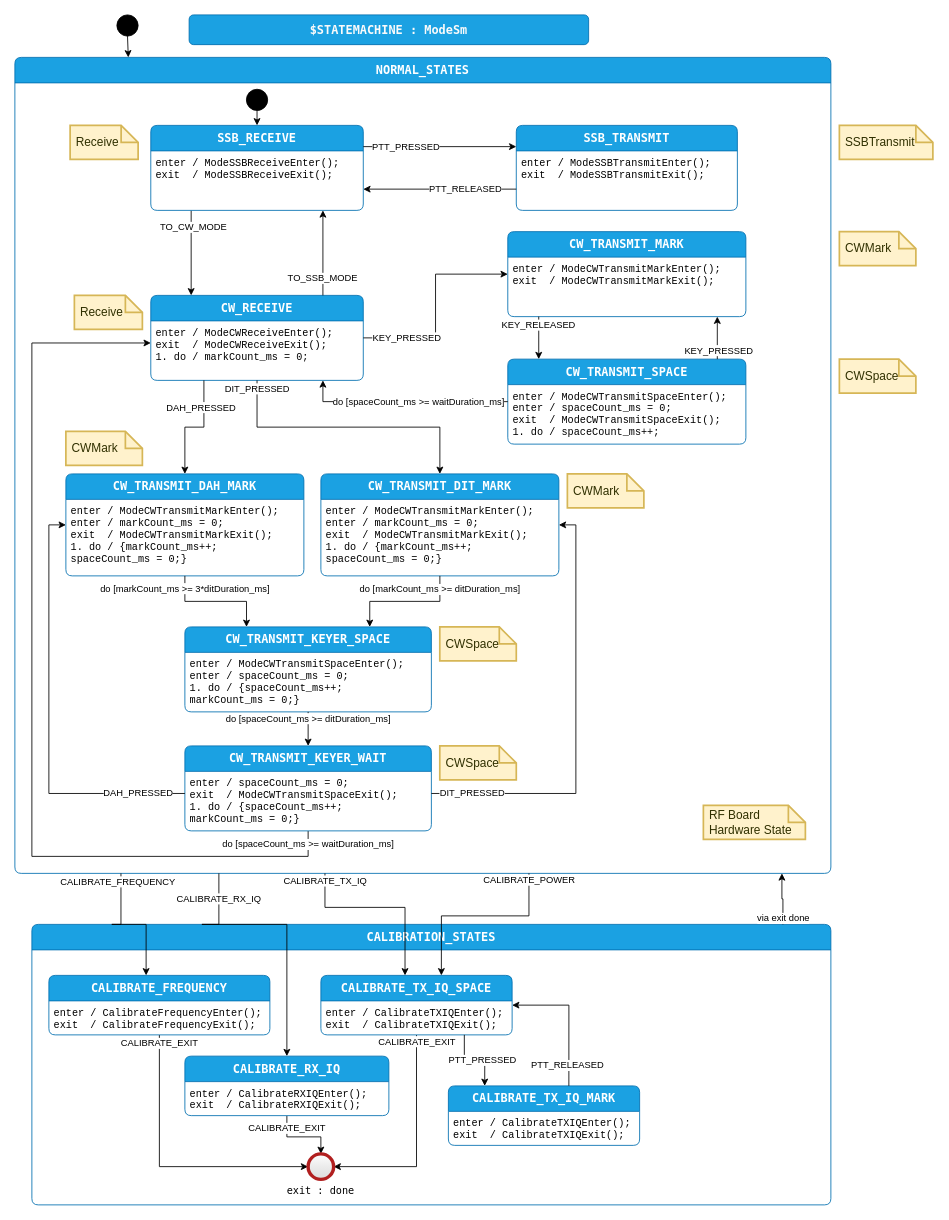
The draw.io diagram page "design" (1 of 3) of code/src/PhoenixSketch/ModeSm.drawio in KI3P/Phoenix, before the edit. Source tidied: cells renumbered, new cells numbered last; positions are measured from the earlier drawing's top-left corner, leaving out a move shared by most shapes. Both pictures are drawn from the tidied source at 85%, with x=0, y=0 at pixel (14, 14).
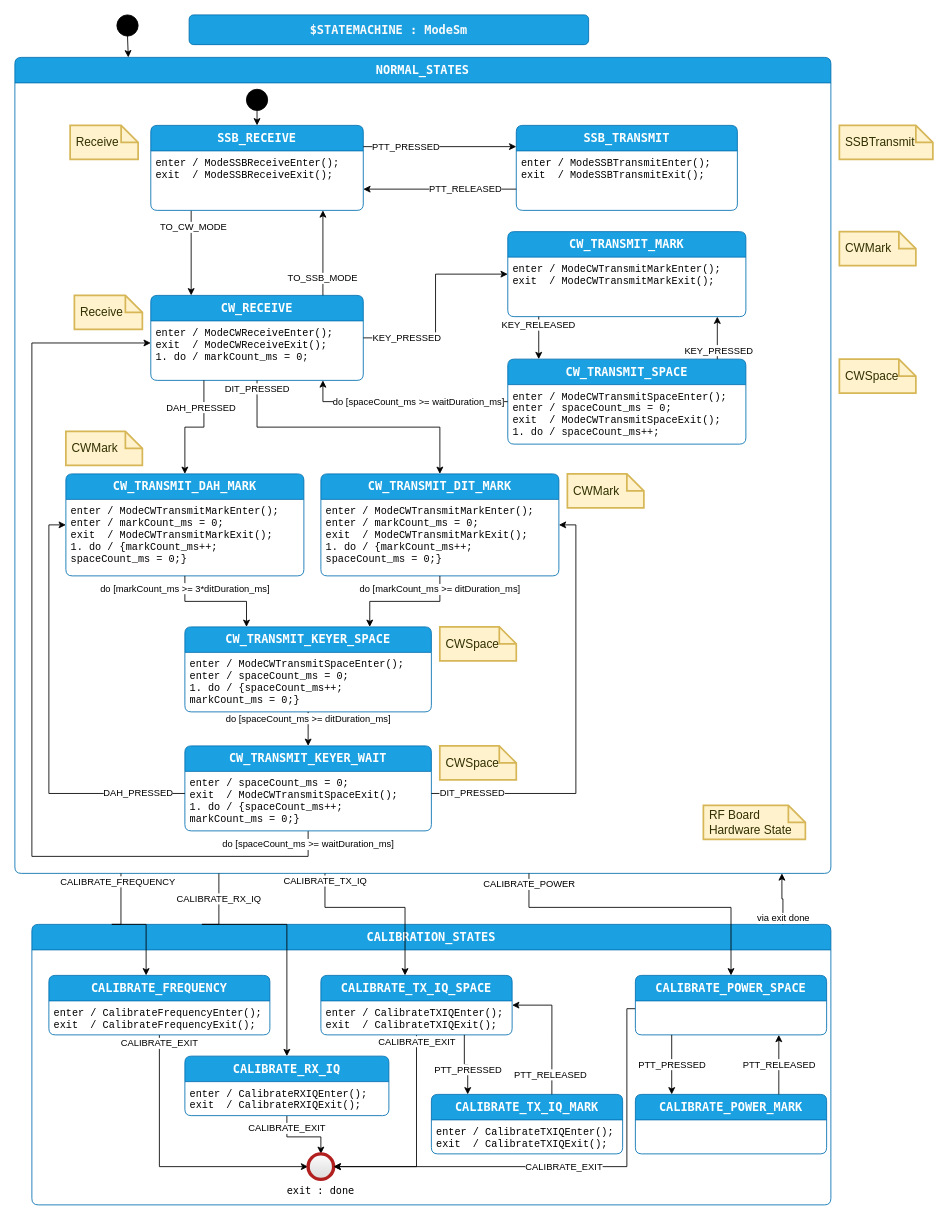
After the change.

Commit message (it also covers changes not shown here):
Updated the state machine to use dedicated power calibration states and fixed all the unit tests

The change refers to these unchanged cells:
```xml
<mxCell id="2" value="CALIBRATION_STATES" style="shape=swimlane;align=center;verticalAlign=top;fontFamily=Lucida Console;startSize=30;fontSize=14;fontStyle=1;fontColor=#ffffff;fillColor=#1ba1e2;swimlaneFillColor=default;rounded=1;arcSize=15;absoluteArcSize=1;points=[[0,0,0,0,0],[0,0.06,0,0,0],[0,0.13,0,0,0],[0,0.19,0,0,0],[0,0.25,0,0,0],[0,0.31,0,0,0],[0,0.38,0,0,0],[0,0.44,0,0,0],[0,0.5,0,0,0],[0,0.56,0,0,0],[0,0.63,0,0,0],[0,0.69,0,0,0],[0,0.75,0,0,0],[0,0.81,0,0,0],[0,0.88,0,0,0],[0,0.94,0,0,0],[0,1,0,0,0],[0.06,0,0,0,0],[0.06,1,0,0,0],[0.13,0,0,0,0],[0.13,1,0,0,0],[0.19,0,0,0,0],[0.19,1,0,0,0],[0.25,0,0,0,0],[0.25,1,0,0,0],[0.31,0,0,0,0],[0.31,1,0,0,0],[0.38,0,0,0,0],[0.38,1,0,0,0],[0.44,0,0,0,0],[0.44,1,0,0,0],[0.5,0,0,0,0],[0.5,1,0,0,0],[0.56,0,0,0,0],[0.56,1,0,0,0],[0.63,0,0,0,0],[0.63,1,0,0,0],[0.69,0,0,0,0],[0.69,1,0,0,0],[0.75,0,0,0,0],[0.75,1,0,0,0],[0.81,0,0,0,0],[0.81,1,0,0,0],[0.88,0,0,0,0],[0.88,1,0,0,0],[0.94,0,0,0,0],[0.94,1,0,0,0],[1,0,0,0,0],[1,0.06,0,0,0],[1,0.13,0,0,0],[1,0.19,0,0,0],[1,0.25,0,0,0],[1,0.31,0,0,0],[1,0.38,0,0,0],[1,0.44,0,0,0],[1,0.5,0,0,0],[1,0.56,0,0,0],[1,0.63,0,0,0],[1,0.69,0,0,0],[1,0.75,0,0,0],[1,0.81,0,0,0],[1,0.88,0,0,0],[1,0.94,0,0,0],[1,1,0,0,0]];strokeColor=#006EAF;" parent="1" vertex="1">
  <mxGeometry x="20" y="1070" width="940" height="330" as="geometry" />
</mxCell>
<mxCell id="11" value="CALIBRATE_TX_IQ_SPACE" style="shape=swimlane;align=center;verticalAlign=top;fontFamily=Lucida Console;startSize=30;fontSize=14;fontStyle=1;fontColor=#ffffff;fillColor=#1ba1e2;swimlaneFillColor=default;rounded=1;arcSize=15;absoluteArcSize=1;points=[[0,0,0,0,0],[0,0.06,0,0,0],[0,0.13,0,0,0],[0,0.19,0,0,0],[0,0.25,0,0,0],[0,0.31,0,0,0],[0,0.38,0,0,0],[0,0.44,0,0,0],[0,0.5,0,0,0],[0,0.56,0,0,0],[0,0.63,0,0,0],[0,0.69,0,0,0],[0,0.75,0,0,0],[0,0.81,0,0,0],[0,0.88,0,0,0],[0,0.94,0,0,0],[0,1,0,0,0],[0.06,0,0,0,0],[0.06,1,0,0,0],[0.13,0,0,0,0],[0.13,1,0,0,0],[0.19,0,0,0,0],[0.19,1,0,0,0],[0.25,0,0,0,0],[0.25,1,0,0,0],[0.31,0,0,0,0],[0.31,1,0,0,0],[0.38,0,0,0,0],[0.38,1,0,0,0],[0.44,0,0,0,0],[0.44,1,0,0,0],[0.5,0,0,0,0],[0.5,1,0,0,0],[0.56,0,0,0,0],[0.56,1,0,0,0],[0.63,0,0,0,0],[0.63,1,0,0,0],[0.69,0,0,0,0],[0.69,1,0,0,0],[0.75,0,0,0,0],[0.75,1,0,0,0],[0.81,0,0,0,0],[0.81,1,0,0,0],[0.88,0,0,0,0],[0.88,1,0,0,0],[0.94,0,0,0,0],[0.94,1,0,0,0],[1,0,0,0,0],[1,0.06,0,0,0],[1,0.13,0,0,0],[1,0.19,0,0,0],[1,0.25,0,0,0],[1,0.31,0,0,0],[1,0.38,0,0,0],[1,0.44,0,0,0],[1,0.5,0,0,0],[1,0.56,0,0,0],[1,0.63,0,0,0],[1,0.69,0,0,0],[1,0.75,0,0,0],[1,0.81,0,0,0],[1,0.88,0,0,0],[1,0.94,0,0,0],[1,1,0,0,0]];strokeColor=#006EAF;" parent="2" vertex="1">
  <mxGeometry x="340" y="60" width="225" height="70" as="geometry" />
</mxCell>
<mxCell id="13" value="exit : done" style="fontFamily=Lucida Console;align=center;verticalAlign=top;shape=ellipse;labelPosition=center;verticalLabelPosition=bottom;strokeColor=#b11f1f;strokeWidth=4;fillColor=#FFFFFF;gradientColor=#d4d4d4cc;" parent="2" vertex="1">
  <mxGeometry x="325" y="270" width="30" height="30" as="geometry" />
</mxCell>
<mxCell id="19" value="NORMAL_STATES" style="shape=swimlane;align=center;verticalAlign=top;fontFamily=Lucida Console;startSize=30;fontSize=14;fontStyle=1;fontColor=#ffffff;fillColor=#1ba1e2;swimlaneFillColor=default;rounded=1;arcSize=15;absoluteArcSize=1;points=[[0,0,0,0,0],[0,0.06,0,0,0],[0,0.13,0,0,0],[0,0.19,0,0,0],[0,0.25,0,0,0],[0,0.31,0,0,0],[0,0.38,0,0,0],[0,0.44,0,0,0],[0,0.5,0,0,0],[0,0.56,0,0,0],[0,0.63,0,0,0],[0,0.69,0,0,0],[0,0.75,0,0,0],[0,0.81,0,0,0],[0,0.88,0,0,0],[0,0.94,0,0,0],[0,1,0,0,0],[0.06,0,0,0,0],[0.06,1,0,0,0],[0.13,0,0,0,0],[0.13,1,0,0,0],[0.19,0,0,0,0],[0.19,1,0,0,0],[0.25,0,0,0,0],[0.25,1,0,0,0],[0.31,0,0,0,0],[0.31,1,0,0,0],[0.38,0,0,0,0],[0.38,1,0,0,0],[0.44,0,0,0,0],[0.44,1,0,0,0],[0.5,0,0,0,0],[0.5,1,0,0,0],[0.56,0,0,0,0],[0.56,1,0,0,0],[0.63,0,0,0,0],[0.63,1,0,0,0],[0.69,0,0,0,0],[0.69,1,0,0,0],[0.75,0,0,0,0],[0.75,1,0,0,0],[0.81,0,0,0,0],[0.81,1,0,0,0],[0.88,0,0,0,0],[0.88,1,0,0,0],[0.94,0,0,0,0],[0.94,1,0,0,0],[1,0,0,0,0],[1,0.06,0,0,0],[1,0.13,0,0,0],[1,0.19,0,0,0],[1,0.25,0,0,0],[1,0.31,0,0,0],[1,0.38,0,0,0],[1,0.44,0,0,0],[1,0.5,0,0,0],[1,0.56,0,0,0],[1,0.63,0,0,0],[1,0.69,0,0,0],[1,0.75,0,0,0],[1,0.81,0,0,0],[1,0.88,0,0,0],[1,0.94,0,0,0],[1,1,0,0,0]];strokeColor=#006EAF;" parent="1" vertex="1">
  <mxGeometry y="50" width="960" height="960" as="geometry" />
</mxCell>
```

Change to the diagram source:
```diff
@@
     <mxCell id="14" value="CALIBRATE_TX_IQ_MARK" style="shape=swimlane;align=center;verticalAlign=top;fontFamily=Lucida Console;startSize=30;fontSize=14;fontStyle=1;fontColor=#ffffff;fillColor=#1ba1e2;swimlaneFillColor=default;rounded=1;arcSize=15;absoluteArcSize=1;points=[[0,0,0,0,0],[0,0.06,0,0,0],[0,0.13,0,0,0],[0,0.19,0,0,0],[0,0.25,0,0,0],[0,0.31,0,0,0],[0,0.38,0,0,0],[0,0.44,0,0,0],[0,0.5,0,0,0],[0,0.56,0,0,0],[0,0.63,0,0,0],[0,0.69,0,0,0],[0,0.75,0,0,0],[0,0.81,0,0,0],[0,0.88,0,0,0],[0,0.94,0,0,0],[0,1,0,0,0],[0.06,0,0,0,0],[0.06,1,0,0,0],[0.13,0,0,0,0],[0.13,1,0,0,0],[0.19,0,0,0,0],[0.19,1,0,0,0],[0.25,0,0,0,0],[0.25,1,0,0,0],[0.31,0,0,0,0],[0.31,1,0,0,0],[0.38,0,0,0,0],[0.38,1,0,0,0],[0.44,0,0,0,0],[0.44,1,0,0,0],[0.5,0,0,0,0],[0.5,1,0,0,0],[0.56,0,0,0,0],[0.56,1,0,0,0],[0.63,0,0,0,0],[0.63,1,0,0,0],[0.69,0,0,0,0],[0.69,1,0,0,0],[0.75,0,0,0,0],[0.75,1,0,0,0],[0.81,0,0,0,0],[0.81,1,0,0,0],[0.88,0,0,0,0],[0.88,1,0,0,0],[0.94,0,0,0,0],[0.94,1,0,0,0],[1,0,0,0,0],[1,0.06,0,0,0],[1,0.13,0,0,0],[1,0.19,0,0,0],[1,0.25,0,0,0],[1,0.31,0,0,0],[1,0.38,0,0,0],[1,0.44,0,0,0],[1,0.5,0,0,0],[1,0.56,0,0,0],[1,0.63,0,0,0],[1,0.69,0,0,0],[1,0.75,0,0,0],[1,0.81,0,0,0],[1,0.88,0,0,0],[1,0.94,0,0,0],[1,1,0,0,0]];strokeColor=#006EAF;" parent="2" vertex="1">
-      <mxGeometry x="490" y="190" width="225" height="70" as="geometry" />
+      <mxGeometry x="470" y="200" width="225" height="70" as="geometry" />
     </mxCell>
@@
+    <mxCell id="75" value="CALIBRATE_EXIT" style="edgeStyle=orthogonalEdgeStyle;rounded=0;jettySize=auto;html=1;exitX=0;exitY=0.56;exitDx=0;exitDy=0;exitPerimeter=0;entryX=1;entryY=0.5;entryDx=0;entryDy=0;" parent="2" edge="1" source="76" target="13">
+      <mxGeometry relative="1" as="geometry">
+        <Array as="points">
+          <mxPoint x="700" y="99" />
+          <mxPoint x="700" y="285" />
+        </Array>
+      </mxGeometry>
+    </mxCell>
+    <mxCell id="76" value="CALIBRATE_POWER_SPACE" style="shape=swimlane;align=center;verticalAlign=top;fontFamily=Lucida Console;startSize=30;fontSize=14;fontStyle=1;fontColor=#ffffff;fillColor=#1ba1e2;swimlaneFillColor=default;rounded=1;arcSize=15;absoluteArcSize=1;points=[[0,0,0,0,0],[0,0.06,0,0,0],[0,0.13,0,0,0],[0,0.19,0,0,0],[0,0.25,0,0,0],[0,0.31,0,0,0],[0,0.38,0,0,0],[0,0.44,0,0,0],[0,0.5,0,0,0],[0,0.56,0,0,0],[0,0.63,0,0,0],[0,0.69,0,0,0],[0,0.75,0,0,0],[0,0.81,0,0,0],[0,0.88,0,0,0],[0,0.94,0,0,0],[0,1,0,0,0],[0.06,0,0,0,0],[0.06,1,0,0,0],[0.13,0,0,0,0],[0.13,1,0,0,0],[0.19,0,0,0,0],[0.19,1,0,0,0],[0.25,0,0,0,0],[0.25,1,0,0,0],[0.31,0,0,0,0],[0.31,1,0,0,0],[0.38,0,0,0,0],[0.38,1,0,0,0],[0.44,0,0,0,0],[0.44,1,0,0,0],[0.5,0,0,0,0],[0.5,1,0,0,0],[0.56,0,0,0,0],[0.56,1,0,0,0],[0.63,0,0,0,0],[0.63,1,0,0,0],[0.69,0,0,0,0],[0.69,1,0,0,0],[0.75,0,0,0,0],[0.75,1,0,0,0],[0.81,0,0,0,0],[0.81,1,0,0,0],[0.88,0,0,0,0],[0.88,1,0,0,0],[0.94,0,0,0,0],[0.94,1,0,0,0],[1,0,0,0,0],[1,0.06,0,0,0],[1,0.13,0,0,0],[1,0.19,0,0,0],[1,0.25,0,0,0],[1,0.31,0,0,0],[1,0.38,0,0,0],[1,0.44,0,0,0],[1,0.5,0,0,0],[1,0.56,0,0,0],[1,0.63,0,0,0],[1,0.69,0,0,0],[1,0.75,0,0,0],[1,0.81,0,0,0],[1,0.88,0,0,0],[1,0.94,0,0,0],[1,1,0,0,0]];strokeColor=#006EAF;" parent="2" vertex="1">
+      <mxGeometry x="710" y="60" width="225" height="70" as="geometry" />
+    </mxCell>
+    <mxCell id="77" style="fontFamily=Courier New;align=left;verticalAlign=top;fillColor=none;gradientColor=none;strokeColor=none;rounded=0;spacingLeft=4;" parent="76" vertex="1">
+      <mxGeometry y="30" width="50" height="40" as="geometry" />
+    </mxCell>
+    <mxCell id="78" value="CALIBRATE_POWER_MARK" style="shape=swimlane;align=center;verticalAlign=top;fontFamily=Lucida Console;startSize=30;fontSize=14;fontStyle=1;fontColor=#ffffff;fillColor=#1ba1e2;swimlaneFillColor=default;rounded=1;arcSize=15;absoluteArcSize=1;points=[[0,0,0,0,0],[0,0.06,0,0,0],[0,0.13,0,0,0],[0,0.19,0,0,0],[0,0.25,0,0,0],[0,0.31,0,0,0],[0,0.38,0,0,0],[0,0.44,0,0,0],[0,0.5,0,0,0],[0,0.56,0,0,0],[0,0.63,0,0,0],[0,0.69,0,0,0],[0,0.75,0,0,0],[0,0.81,0,0,0],[0,0.88,0,0,0],[0,0.94,0,0,0],[0,1,0,0,0],[0.06,0,0,0,0],[0.06,1,0,0,0],[0.13,0,0,0,0],[0.13,1,0,0,0],[0.19,0,0,0,0],[0.19,1,0,0,0],[0.25,0,0,0,0],[0.25,1,0,0,0],[0.31,0,0,0,0],[0.31,1,0,0,0],[0.38,0,0,0,0],[0.38,1,0,0,0],[0.44,0,0,0,0],[0.44,1,0,0,0],[0.5,0,0,0,0],[0.5,1,0,0,0],[0.56,0,0,0,0],[0.56,1,0,0,0],[0.63,0,0,0,0],[0.63,1,0,0,0],[0.69,0,0,0,0],[0.69,1,0,0,0],[0.75,0,0,0,0],[0.75,1,0,0,0],[0.81,0,0,0,0],[0.81,1,0,0,0],[0.88,0,0,0,0],[0.88,1,0,0,0],[0.94,0,0,0,0],[0.94,1,0,0,0],[1,0,0,0,0],[1,0.06,0,0,0],[1,0.13,0,0,0],[1,0.19,0,0,0],[1,0.25,0,0,0],[1,0.31,0,0,0],[1,0.38,0,0,0],[1,0.44,0,0,0],[1,0.5,0,0,0],[1,0.56,0,0,0],[1,0.63,0,0,0],[1,0.69,0,0,0],[1,0.75,0,0,0],[1,0.81,0,0,0],[1,0.88,0,0,0],[1,0.94,0,0,0],[1,1,0,0,0]];strokeColor=#006EAF;" parent="2" vertex="1">
+      <mxGeometry x="710" y="200" width="225" height="70" as="geometry" />
+    </mxCell>
+    <mxCell id="79" style="fontFamily=Courier New;align=left;verticalAlign=top;fillColor=none;gradientColor=none;strokeColor=none;rounded=0;spacingLeft=4;" parent="78" vertex="1">
+      <mxGeometry y="30" width="50" height="40" as="geometry" />
+    </mxCell>
+    <mxCell id="80" value="PTT_PRESSED" style="edgeStyle=orthogonalEdgeStyle;rounded=0;jettySize=auto;html=1;exitX=0.19;exitY=1;exitDx=0;exitDy=0;exitPerimeter=0;entryX=0.19;entryY=0;entryDx=0;entryDy=0;entryPerimeter=0;" parent="2" edge="1" source="76" target="78">
+      <mxGeometry relative="1" as="geometry" />
+    </mxCell>
+    <mxCell id="81" value="PTT_RELEASED" style="edgeStyle=orthogonalEdgeStyle;rounded=0;jettySize=auto;html=1;exitX=0.75;exitY=0;exitDx=0;exitDy=0;exitPerimeter=0;entryX=0.75;entryY=1;entryDx=0;entryDy=0;entryPerimeter=0;" parent="2" edge="1" source="78" target="76">
+      <mxGeometry relative="1" as="geometry" />
+    </mxCell>
@@
-    <mxCell id="68" value="CALIBRATE_POWER" style="edgeStyle=orthogonalEdgeStyle;rounded=0;jettySize=auto;html=1;exitX=0.63;exitY=1;exitDx=0;exitDy=0;exitPerimeter=0;entryX=0.63;entryY=0;entryDx=0;entryDy=0;entryPerimeter=0;" parent="1" edge="1" source="19" target="11">
+    <mxCell id="68" value="CALIBRATE_POWER" style="edgeStyle=orthogonalEdgeStyle;rounded=0;jettySize=auto;html=1;exitX=0.63;exitY=1;exitDx=0;exitDy=0;exitPerimeter=0;entryX=0.5;entryY=0;entryDx=0;entryDy=0;entryPerimeter=0;" parent="1" edge="1" source="19" target="76">
       <mxGeometry x="-0.93" relative="1" as="geometry">
         <Array as="points">
-          <mxPoint x="605" y="1060" />
-          <mxPoint x="502" y="1060" />
+          <mxPoint x="605" y="1050" />
+          <mxPoint x="842" y="1050" />
         </Array>
       </mxGeometry>
     </mxCell>
```
